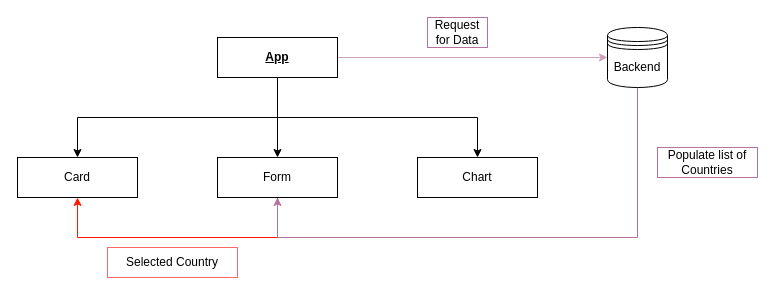
harrykeeran12/covid-tracker keeps this draw.io diagram as frontend/Covid Tracker Design Flow.drawio. Above is the earlier version. Source tidied: cells renumbered, new cells numbered last; positions are measured from the earlier drawing's top-left corner, leaving out a move shared by most shapes. Both pictures are drawn from the tidied source at 100%, with x=0, y=0 at pixel (17, 17).
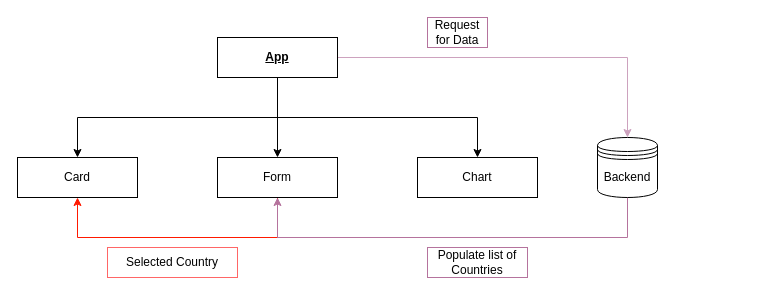
Above is the later version.

Unchanged cells that the change refers to:
```xml
<mxCell id="6" value="&lt;b&gt;&lt;u&gt;App&lt;/u&gt;&lt;/b&gt;" style="rounded=0;whiteSpace=wrap;html=1;" parent="1" vertex="1">
  <mxGeometry x="200" y="20" width="120" height="40" as="geometry" />
</mxCell>
<mxCell id="9" value="Form" style="rounded=0;whiteSpace=wrap;html=1;" parent="1" vertex="1">
  <mxGeometry x="200" y="140" width="120" height="40" as="geometry" />
</mxCell>
```

Diff of the diagram source:
```diff
@@
-    <mxCell id="5" style="edgeStyle=orthogonalEdgeStyle;rounded=0;jettySize=auto;html=1;exitX=1;exitY=0.5;exitDx=0;exitDy=0;entryX=0;entryY=0.5;entryDx=0;entryDy=0;strokeColor=#CDA2BE;fillColor=#66FFFF;" parent="1" edge="1" source="6" target="13">
-      <mxGeometry relative="1" as="geometry" />
+    <mxCell id="5" style="edgeStyle=orthogonalEdgeStyle;rounded=0;jettySize=auto;html=1;exitX=1;exitY=0.5;exitDx=0;exitDy=0;entryX=0.5;entryY=0;entryDx=0;entryDy=0;strokeColor=#CDA2BE;fillColor=#66FFFF;" parent="1" edge="1" source="6" target="13">
+      <mxGeometry relative="1" as="geometry">
+        <Array as="points">
+          <mxPoint x="610" y="40" />
+        </Array>
+      </mxGeometry>
     </mxCell>
@@
     <mxCell id="12" style="edgeStyle=orthogonalEdgeStyle;rounded=0;jettySize=auto;html=1;exitX=0.5;exitY=1;exitDx=0;exitDy=0;entryX=0.5;entryY=1;entryDx=0;entryDy=0;strokeColor=#B5739D;" parent="1" edge="1" source="13" target="9">
       <mxGeometry relative="1" as="geometry">
         <Array as="points">
-          <mxPoint x="620" y="220" />
+          <mxPoint x="610" y="220" />
           <mxPoint x="260" y="220" />
         </Array>
       </mxGeometry>
     </mxCell>
     <mxCell id="13" value="Backend" style="shape=datastore;whiteSpace=wrap;html=1;strokeColor=#000000;fillColor=#FFFFFF;" parent="1" vertex="1">
-      <mxGeometry x="590" y="10" width="60" height="60" as="geometry" />
+      <mxGeometry x="580" y="120" width="60" height="60" as="geometry" />
     </mxCell>
@@
     <mxCell id="15" value="Populate list of Countries" style="text;html=1;strokeColor=#B5739D;fillColor=none;align=center;verticalAlign=middle;whiteSpace=wrap;rounded=0;" parent="1" vertex="1">
-      <mxGeometry x="640" y="130" width="100" height="30" as="geometry" />
+      <mxGeometry x="410" y="230" width="100" height="30" as="geometry" />
     </mxCell>
```
